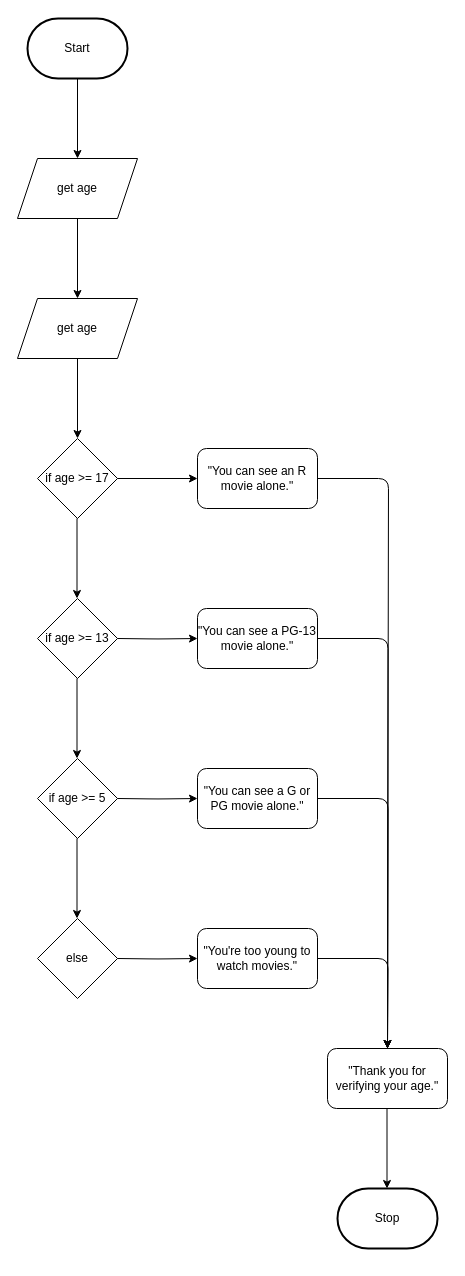
The draw.io diagram design/flowchart.drawio in MTHS-ICD2O-1-2024/ICD2O-Unit-5-04-Isaac-Ip, before the edit. Source tidied: cells renumbered, new cells numbered last; positions are measured from the earlier drawing's top-left corner, leaving out a move shared by most shapes. Both pictures are drawn from the tidied source at 100%, with x=0, y=0 at pixel (17, 18).
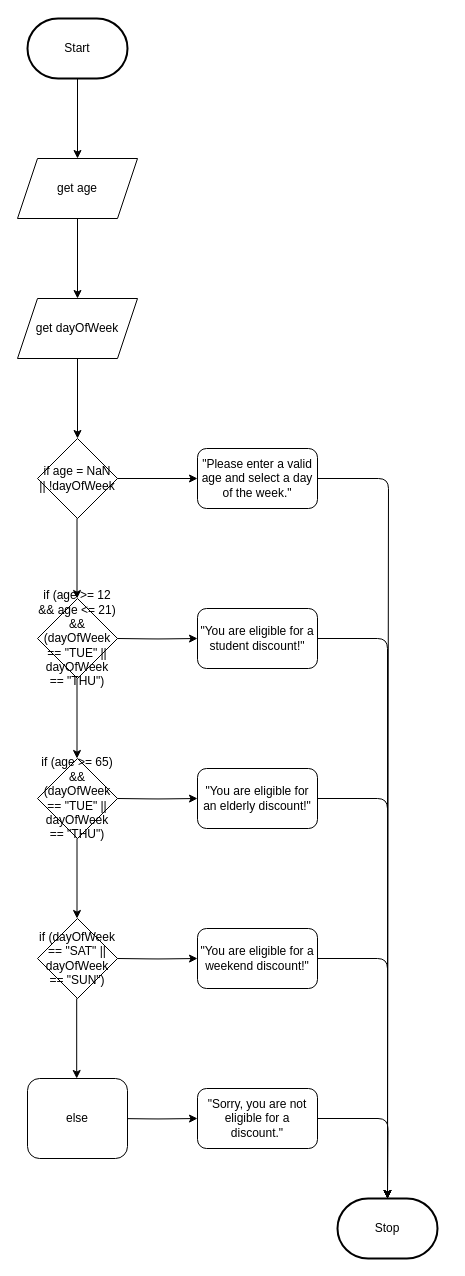
After the change.

Diff of the diagram source:
```diff
@@
-    <mxCell id="5" value="if age &amp;gt;= 17" style="rhombus;whiteSpace=wrap;html=1;" parent="1" vertex="1">
+    <mxCell id="5" value="if age = NaN&lt;div&gt;|| !dayOfWeek&lt;/div&gt;" style="rhombus;whiteSpace=wrap;html=1;" parent="1" vertex="1">
       <mxGeometry x="20" y="420" width="80" height="80" as="geometry" />
     </mxCell>
@@
-    <mxCell id="8" style="edgeStyle=orthogonalEdgeStyle;html=1;exitX=1;exitY=0.5;exitDx=0;exitDy=0;" parent="1" edge="1" source="9">
+    <mxCell id="8" style="edgeStyle=orthogonalEdgeStyle;html=1;exitX=1;exitY=0.5;exitDx=0;exitDy=0;entryX=0.5;entryY=0;entryDx=0;entryDy=0;entryPerimeter=0;" parent="1" edge="1" source="9" target="25">
       <mxGeometry relative="1" as="geometry">
-        <mxPoint x="370" y="1030" as="targetPoint" />
         <Array as="points">
           <mxPoint x="371" y="460" />
+          <mxPoint x="371" y="1180" />
         </Array>
       </mxGeometry>
     </mxCell>
-    <mxCell id="9" value="&quot;You can see an R movie alone.&quot;" style="rounded=1;whiteSpace=wrap;html=1;" parent="1" vertex="1">
+    <mxCell id="9" value="&quot;Please enter a valid age and select a day of the week.&quot;" style="rounded=1;whiteSpace=wrap;html=1;" parent="1" vertex="1">
       <mxGeometry x="180" y="430" width="120" height="60" as="geometry" />
     </mxCell>
@@
-    <mxCell id="11" value="if age &amp;gt;= 13" style="rhombus;whiteSpace=wrap;html=1;" parent="1" vertex="1">
+    <mxCell id="11" value="if (age &amp;gt;= 12 &amp;amp;&amp;amp; age &amp;lt;= 21) &amp;amp;&amp;amp; (dayOfWeek == &quot;TUE&quot; || dayOfWeek == &quot;THU&quot;)" style="rhombus;whiteSpace=wrap;html=1;" parent="1" vertex="1">
       <mxGeometry x="20" y="580" width="80" height="80" as="geometry" />
     </mxCell>
@@
-    <mxCell id="13" style="edgeStyle=orthogonalEdgeStyle;html=1;entryX=0.5;entryY=0;entryDx=0;entryDy=0;entryPerimeter=0;" parent="1" edge="1" source="14">
-      <mxGeometry relative="1" as="geometry">
-        <mxPoint x="370" y="1030" as="targetPoint" />
-      </mxGeometry>
+    <mxCell id="13" style="edgeStyle=orthogonalEdgeStyle;html=1;entryX=0.5;entryY=0;entryDx=0;entryDy=0;entryPerimeter=0;" parent="1" edge="1" source="14" target="25">
+      <mxGeometry relative="1" as="geometry" />
     </mxCell>
-    <mxCell id="14" value="&quot;You can see a PG-13 movie alone.&quot;" style="rounded=1;whiteSpace=wrap;html=1;" parent="1" vertex="1">
+    <mxCell id="14" value="&quot;You are eligible for a student discount!&quot;" style="rounded=1;whiteSpace=wrap;html=1;" parent="1" vertex="1">
       <mxGeometry x="180" y="590" width="120" height="60" as="geometry" />
     </mxCell>
@@
-    <mxCell id="16" value="if age &amp;gt;= 5" style="rhombus;whiteSpace=wrap;html=1;" parent="1" vertex="1">
+    <mxCell id="16" value="if (age &amp;gt;= 65) &amp;amp;&amp;amp; (dayOfWeek == &quot;TUE&quot; || dayOfWeek == &quot;THU&quot;)" style="rhombus;whiteSpace=wrap;html=1;" parent="1" vertex="1">
       <mxGeometry x="20" y="740" width="80" height="80" as="geometry" />
     </mxCell>
@@
-    <mxCell id="18" style="edgeStyle=orthogonalEdgeStyle;html=1;exitX=1;exitY=0.5;exitDx=0;exitDy=0;" parent="1" edge="1" source="19">
-      <mxGeometry relative="1" as="geometry">
-        <mxPoint x="370" y="1030" as="targetPoint" />
-      </mxGeometry>
+    <mxCell id="18" style="edgeStyle=orthogonalEdgeStyle;html=1;exitX=1;exitY=0.5;exitDx=0;exitDy=0;entryX=0.5;entryY=0;entryDx=0;entryDy=0;entryPerimeter=0;" parent="1" edge="1" source="19" target="25">
+      <mxGeometry relative="1" as="geometry" />
     </mxCell>
-    <mxCell id="19" value="&quot;You can see a G or PG movie alone.&quot;" style="rounded=1;whiteSpace=wrap;html=1;" parent="1" vertex="1">
+    <mxCell id="19" value="&quot;You are eligible for an elderly discount!&quot;" style="rounded=1;whiteSpace=wrap;html=1;" parent="1" vertex="1">
       <mxGeometry x="180" y="750" width="120" height="60" as="geometry" />
     </mxCell>
@@
-    <mxCell id="21" value="else" style="rhombus;whiteSpace=wrap;html=1;" parent="1" vertex="1">
+    <mxCell id="21" value="if (dayOfWeek == &quot;SAT&quot; || dayOfWeek == &quot;SUN&quot;)" style="rhombus;whiteSpace=wrap;html=1;" parent="1" vertex="1">
       <mxGeometry x="20" y="900" width="80" height="80" as="geometry" />
     </mxCell>
@@
-    <mxCell id="23" style="edgeStyle=orthogonalEdgeStyle;html=1;exitX=1;exitY=0.5;exitDx=0;exitDy=0;" parent="1" edge="1" source="24">
-      <mxGeometry relative="1" as="geometry">
-        <mxPoint x="370" y="1030" as="targetPoint" />
-      </mxGeometry>
+    <mxCell id="23" style="edgeStyle=orthogonalEdgeStyle;html=1;exitX=1;exitY=0.5;exitDx=0;exitDy=0;entryX=0.5;entryY=0;entryDx=0;entryDy=0;entryPerimeter=0;" parent="1" edge="1" source="24" target="25">
+      <mxGeometry relative="1" as="geometry" />
     </mxCell>
-    <mxCell id="24" value="&quot;You're too young to watch movies.&quot;" style="rounded=1;whiteSpace=wrap;html=1;" parent="1" vertex="1">
+    <mxCell id="24" value="&quot;You are eligible for a weekend discount!&quot;" style="rounded=1;whiteSpace=wrap;html=1;" parent="1" vertex="1">
       <mxGeometry x="180" y="910" width="120" height="60" as="geometry" />
     </mxCell>
     <mxCell id="25" value="Stop" style="strokeWidth=2;html=1;shape=mxgraph.flowchart.terminator;whiteSpace=wrap;" parent="1" vertex="1">
-      <mxGeometry x="320" y="1170" width="100" height="60" as="geometry" />
+      <mxGeometry x="320" y="1180" width="100" height="60" as="geometry" />
     </mxCell>
-    <mxCell id="26" value="&quot;Thank you for verifying your age.&quot;" style="rounded=1;whiteSpace=wrap;html=1;" parent="1" vertex="1">
-      <mxGeometry x="310" y="1030" width="120" height="60" as="geometry" />
-    </mxCell>
-    <mxCell id="27" style="edgeStyle=none;html=1;exitX=0.5;exitY=1;exitDx=0;exitDy=0;entryX=0.5;entryY=0;entryDx=0;entryDy=0;" parent="1" edge="1">
-      <mxGeometry relative="1" as="geometry">
-        <mxPoint x="369.5" y="1090" as="sourcePoint" />
-        <mxPoint x="369.5" y="1170" as="targetPoint" />
-      </mxGeometry>
-    </mxCell>
@@
-    <mxCell id="29" value="get age" style="shape=parallelogram;perimeter=parallelogramPerimeter;whiteSpace=wrap;html=1;fixedSize=1;" parent="1" vertex="1">
+    <mxCell id="29" value="get dayOfWeek" style="shape=parallelogram;perimeter=parallelogramPerimeter;whiteSpace=wrap;html=1;fixedSize=1;" parent="1" vertex="1">
       <mxGeometry y="280" width="120" height="60" as="geometry" />
     </mxCell>
+    <mxCell id="30" style="edgeStyle=orthogonalEdgeStyle;html=1;exitX=1;exitY=0.5;exitDx=0;exitDy=0;entryX=0;entryY=0.5;entryDx=0;entryDy=0;" parent="1" edge="1" target="32">
+      <mxGeometry relative="1" as="geometry">
+        <mxPoint x="100" y="1100" as="sourcePoint" />
+      </mxGeometry>
+    </mxCell>
+    <mxCell id="31" style="edgeStyle=orthogonalEdgeStyle;html=1;exitX=1;exitY=0.5;exitDx=0;exitDy=0;" parent="1" edge="1" source="32">
+      <mxGeometry relative="1" as="geometry">
+        <mxPoint x="370" y="1180" as="targetPoint" />
+      </mxGeometry>
+    </mxCell>
+    <mxCell id="32" value="&quot;Sorry, you are not eligible for a discount.&quot;" style="rounded=1;whiteSpace=wrap;html=1;" parent="1" vertex="1">
+      <mxGeometry x="180" y="1070" width="120" height="60" as="geometry" />
+    </mxCell>
+    <mxCell id="33" style="edgeStyle=none;html=1;exitX=0.5;exitY=1;exitDx=0;exitDy=0;entryX=0.5;entryY=0;entryDx=0;entryDy=0;" parent="1" edge="1">
+      <mxGeometry relative="1" as="geometry">
+        <mxPoint x="59.2" y="980" as="sourcePoint" />
+        <mxPoint x="59.2" y="1060" as="targetPoint" />
+      </mxGeometry>
+    </mxCell>
+    <mxCell id="34" value="else" style="rounded=1;whiteSpace=wrap;html=1;" parent="1" vertex="1">
+      <mxGeometry x="10" y="1060" width="100" height="80" as="geometry" />
+    </mxCell>
```
